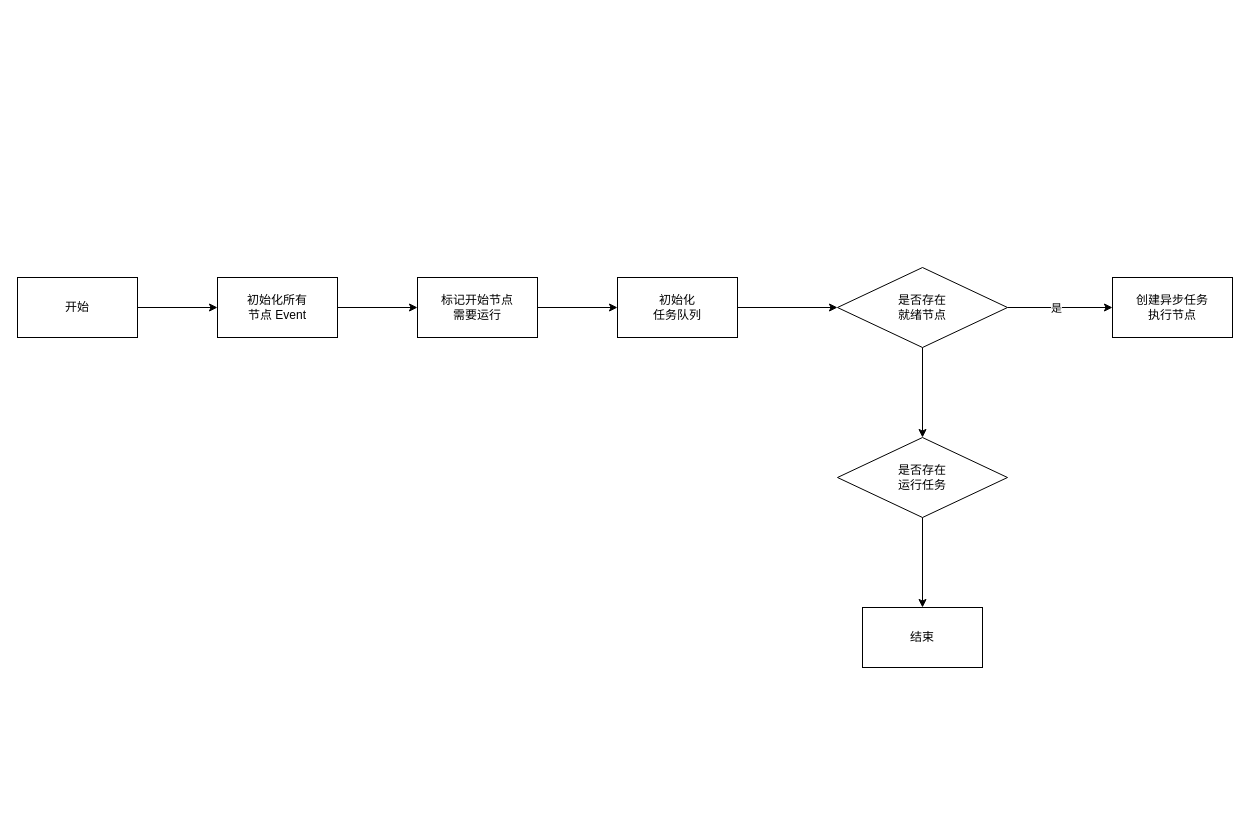
This is ED-BFS算法.drawio from huaxiaojilzg/workflow_draw, a draw.io file, before an edit. Source tidied: cells renumbered, new cells numbered last; positions are measured from the earlier drawing's top-left corner, leaving out a move shared by most shapes. Both pictures are drawn from the tidied source at 100%, with x=0, y=0 at pixel (17, 267).
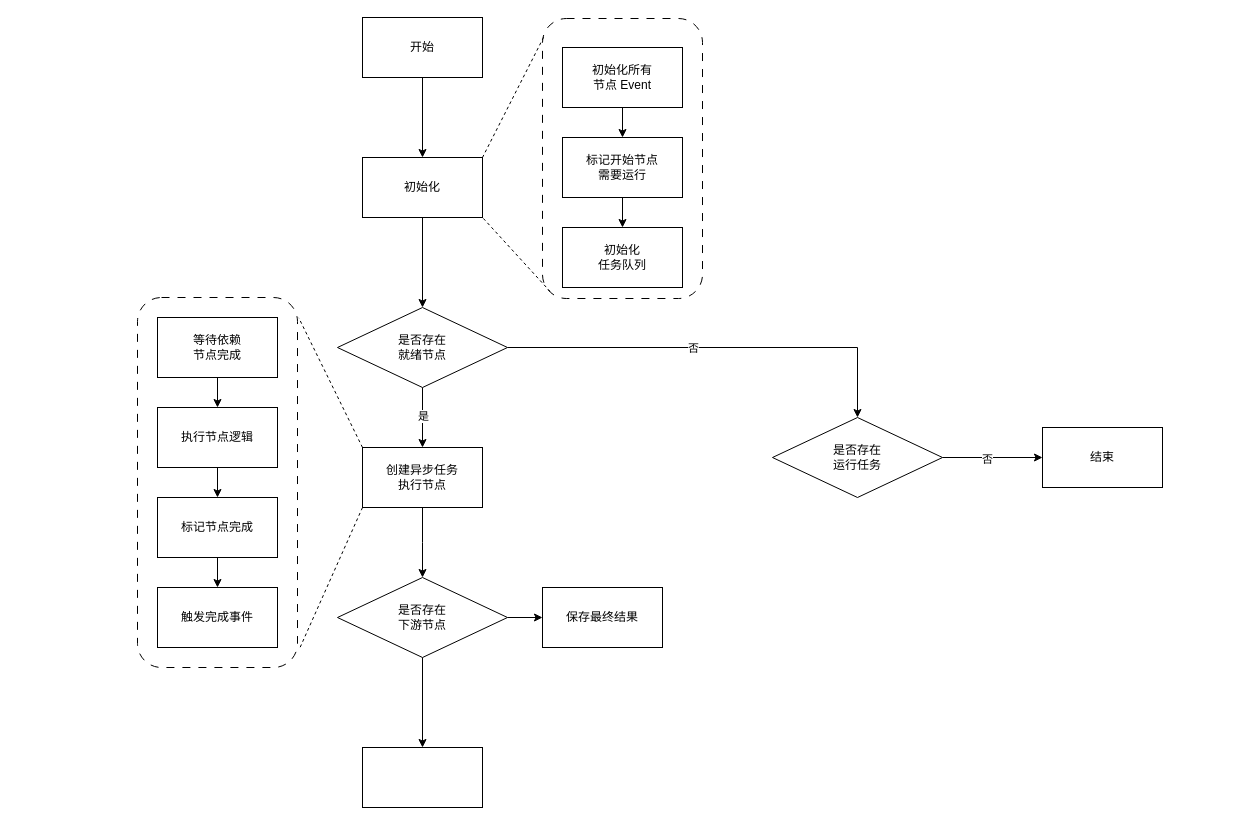
The same diagram, later.

Change to the diagram source:
```diff
@@
-    <mxCell id="2" style="edgeStyle=orthogonalEdgeStyle;rounded=0;jettySize=auto;html=1;" parent="1" edge="1" source="3" target="5">
-      <mxGeometry relative="1" as="geometry" />
-    </mxCell>
+    <mxCell id="18" style="edgeStyle=orthogonalEdgeStyle;rounded=0;jettySize=auto;html=1;" parent="1" edge="1" source="3" target="23">
+      <mxGeometry relative="1" as="geometry" />
+    </mxCell>
     <mxCell id="3" value="开始" style="rounded=0;whiteSpace=wrap;html=1;" parent="1" vertex="1">
-      <mxGeometry y="10" width="120" height="60" as="geometry" />
+      <mxGeometry x="345" y="-250" width="120" height="60" as="geometry" />
     </mxCell>
+    <mxCell id="10" style="edgeStyle=orthogonalEdgeStyle;rounded=0;jettySize=auto;html=1;" parent="1" edge="1" source="13" target="14">
+      <mxGeometry relative="1" as="geometry" />
+    </mxCell>
+    <mxCell id="11" value="是" style="edgeLabel;html=1;align=center;verticalAlign=middle;" parent="10" vertex="1">
+      <mxGeometry x="-0.08" relative="1" as="geometry" />
+    </mxCell>
+    <mxCell id="12" style="edgeStyle=orthogonalEdgeStyle;rounded=0;jettySize=auto;html=1;" parent="1" edge="1" source="13" target="16">
+      <mxGeometry relative="1" as="geometry" />
+    </mxCell>
+    <mxCell id="19" value="否" style="edgeLabel;html=1;align=center;verticalAlign=middle;" parent="12" vertex="1">
+      <mxGeometry x="-0.12" relative="1" as="geometry" />
+    </mxCell>
+    <mxCell id="13" value="是否存在&lt;div&gt;就绪节点&lt;/div&gt;" style="rhombus;whiteSpace=wrap;html=1;rounded=0;" parent="1" vertex="1">
+      <mxGeometry x="320" y="40" width="170" height="80" as="geometry" />
+    </mxCell>
+    <mxCell id="20" style="edgeStyle=orthogonalEdgeStyle;rounded=0;jettySize=auto;html=1;" parent="1" edge="1" source="14">
+      <mxGeometry relative="1" as="geometry">
+        <mxPoint x="405" y="310" as="targetPoint" />
+      </mxGeometry>
+    </mxCell>
+    <mxCell id="14" value="创建异步任务&lt;div&gt;执行节点&lt;/div&gt;" style="whiteSpace=wrap;html=1;rounded=0;" parent="1" vertex="1">
+      <mxGeometry x="345" y="180" width="120" height="60" as="geometry" />
+    </mxCell>
+    <mxCell id="15" style="edgeStyle=orthogonalEdgeStyle;rounded=0;jettySize=auto;html=1;" parent="1" edge="1" source="16" target="17">
+      <mxGeometry relative="1" as="geometry" />
+    </mxCell>
+    <mxCell id="21" value="否" style="edgeLabel;html=1;align=center;verticalAlign=middle;" parent="15" vertex="1">
+      <mxGeometry x="-0.12" y="-1" relative="1" as="geometry" />
+    </mxCell>
+    <mxCell id="16" value="是否存在&lt;div&gt;运行任务&lt;/div&gt;" style="rhombus;whiteSpace=wrap;html=1;rounded=0;" parent="1" vertex="1">
+      <mxGeometry x="755" y="150" width="170" height="80" as="geometry" />
+    </mxCell>
+    <mxCell id="17" value="结束" style="whiteSpace=wrap;html=1;rounded=0;" parent="1" vertex="1">
+      <mxGeometry x="1025" y="160" width="120" height="60" as="geometry" />
+    </mxCell>
+    <mxCell id="22" style="edgeStyle=orthogonalEdgeStyle;rounded=0;jettySize=auto;html=1;entryX=0.5;entryY=0;entryDx=0;entryDy=0;" parent="1" edge="1" source="23" target="13">
+      <mxGeometry relative="1" as="geometry" />
+    </mxCell>
+    <mxCell id="23" value="初始化" style="rounded=0;whiteSpace=wrap;html=1;" parent="1" vertex="1">
+      <mxGeometry x="345" y="-110" width="120" height="60" as="geometry" />
+    </mxCell>
+    <mxCell id="24" style="group;" parent="1" vertex="1">
+      <mxGeometry x="525" y="-240" width="160" height="280" as="geometry" />
+    </mxCell>
-    <mxCell id="4" style="edgeStyle=orthogonalEdgeStyle;rounded=0;jettySize=auto;html=1;" parent="1" edge="1" source="5" target="7">
+    <mxCell id="4" style="edgeStyle=orthogonalEdgeStyle;rounded=0;jettySize=auto;html=1;" parent="24" edge="1" source="5" target="7">
       <mxGeometry relative="1" as="geometry" />
     </mxCell>
-    <mxCell id="5" value="初始化所有&lt;div&gt;节点 Event&lt;/div&gt;" style="rounded=0;whiteSpace=wrap;html=1;" parent="1" vertex="1">
-      <mxGeometry x="200" y="10" width="120" height="60" as="geometry" />
+    <mxCell id="5" value="初始化所有&lt;div&gt;节点 Event&lt;/div&gt;" style="rounded=0;whiteSpace=wrap;html=1;" parent="24" vertex="1">
+      <mxGeometry x="20" y="20" width="120" height="60" as="geometry" />
     </mxCell>
-    <mxCell id="6" style="edgeStyle=orthogonalEdgeStyle;rounded=0;jettySize=auto;html=1;" parent="1" edge="1" source="7" target="9">
+    <mxCell id="6" style="edgeStyle=orthogonalEdgeStyle;rounded=0;jettySize=auto;html=1;" parent="24" edge="1" source="7" target="9">
       <mxGeometry relative="1" as="geometry" />
     </mxCell>
-    <mxCell id="7" value="标记开始节点&lt;div&gt;需要运行&lt;/div&gt;" style="rounded=0;whiteSpace=wrap;html=1;" parent="1" vertex="1">
-      <mxGeometry x="400" y="10" width="120" height="60" as="geometry" />
+    <mxCell id="7" value="标记开始节点&lt;div&gt;需要运行&lt;/div&gt;" style="rounded=0;whiteSpace=wrap;html=1;" parent="24" vertex="1">
+      <mxGeometry x="20" y="110" width="120" height="60" as="geometry" />
     </mxCell>
-    <mxCell id="8" style="edgeStyle=orthogonalEdgeStyle;rounded=0;jettySize=auto;html=1;" parent="1" edge="1" source="9" target="13">
-      <mxGeometry relative="1" as="geometry" />
-    </mxCell>
-    <mxCell id="9" value="初始化&lt;div&gt;任务队列&lt;/div&gt;" style="rounded=0;whiteSpace=wrap;html=1;" parent="1" vertex="1">
-      <mxGeometry x="600" y="10" width="120" height="60" as="geometry" />
+    <mxCell id="9" value="初始化&lt;div&gt;任务队列&lt;/div&gt;" style="rounded=0;whiteSpace=wrap;html=1;" parent="24" vertex="1">
+      <mxGeometry x="20" y="200" width="120" height="60" as="geometry" />
     </mxCell>
-    <mxCell id="10" style="edgeStyle=orthogonalEdgeStyle;rounded=0;jettySize=auto;html=1;" parent="1" edge="1" source="13" target="14">
-      <mxGeometry relative="1" as="geometry" />
-    </mxCell>
-    <mxCell id="11" value="是" style="edgeLabel;html=1;align=center;verticalAlign=middle;" parent="10" vertex="1">
-      <mxGeometry x="-0.08" relative="1" as="geometry" />
-    </mxCell>
-    <mxCell id="12" style="edgeStyle=orthogonalEdgeStyle;rounded=0;jettySize=auto;html=1;" parent="1" edge="1" source="13" target="16">
-      <mxGeometry relative="1" as="geometry" />
-    </mxCell>
-    <mxCell id="13" value="是否存在&lt;div&gt;就绪节点&lt;/div&gt;" style="rhombus;whiteSpace=wrap;html=1;rounded=0;" parent="1" vertex="1">
-      <mxGeometry x="820" width="170" height="80" as="geometry" />
-    </mxCell>
-    <mxCell id="14" value="创建异步任务&lt;div&gt;执行节点&lt;/div&gt;" style="whiteSpace=wrap;html=1;rounded=0;" parent="1" vertex="1">
-      <mxGeometry x="1095" y="10" width="120" height="60" as="geometry" />
-    </mxCell>
-    <mxCell id="15" style="edgeStyle=orthogonalEdgeStyle;rounded=0;jettySize=auto;html=1;" parent="1" edge="1" source="16" target="17">
-      <mxGeometry relative="1" as="geometry" />
-    </mxCell>
-    <mxCell id="16" value="是否存在&lt;div&gt;运行任务&lt;/div&gt;" style="rhombus;whiteSpace=wrap;html=1;rounded=0;" parent="1" vertex="1">
-      <mxGeometry x="820" y="170" width="170" height="80" as="geometry" />
-    </mxCell>
-    <mxCell id="17" value="结束" style="whiteSpace=wrap;html=1;rounded=0;" parent="1" vertex="1">
-      <mxGeometry x="845" y="340" width="120" height="60" as="geometry" />
-    </mxCell>
+    <mxCell id="25" style="rounded=1;whiteSpace=wrap;html=1;fillColor=none;dashed=1;dashPattern=8 8;" parent="24" vertex="1">
+      <mxGeometry y="-9" width="160" height="280" as="geometry" />
+    </mxCell>
+    <mxCell id="26" style="endArrow=none;dashed=1;html=1;rounded=0;entryX=1;entryY=1;entryDx=0;entryDy=0;exitX=0.048;exitY=0.975;exitDx=0;exitDy=0;exitPerimeter=0;" parent="1" edge="1" source="25" target="23">
+      <mxGeometry relative="1" as="geometry" />
+    </mxCell>
+    <mxCell id="27" style="endArrow=none;dashed=1;html=1;rounded=0;entryX=1;entryY=0;entryDx=0;entryDy=0;exitX=0.007;exitY=0.067;exitDx=0;exitDy=0;exitPerimeter=0;" parent="1" edge="1" source="25" target="23">
+      <mxGeometry relative="1" as="geometry" />
+    </mxCell>
+    <mxCell id="28" style="edgeStyle=orthogonalEdgeStyle;rounded=0;jettySize=auto;html=1;" parent="1" edge="1" source="39" target="42">
+      <mxGeometry relative="1" as="geometry" />
+    </mxCell>
+    <mxCell id="29" style="edgeStyle=orthogonalEdgeStyle;rounded=0;jettySize=auto;html=1;" parent="1" edge="1" source="39" target="43">
+      <mxGeometry relative="1" as="geometry" />
+    </mxCell>
+    <mxCell id="30" style="group;" parent="1" vertex="1">
+      <mxGeometry x="120" y="30" width="160" height="370" as="geometry" />
+    </mxCell>
+    <mxCell id="31" style="edgeStyle=orthogonalEdgeStyle;rounded=0;jettySize=auto;html=1;" parent="30" edge="1" source="32" target="34">
+      <mxGeometry relative="1" as="geometry" />
+    </mxCell>
+    <mxCell id="32" value="等待依赖&lt;div&gt;节点完成&lt;/div&gt;" style="rounded=0;whiteSpace=wrap;html=1;" parent="30" vertex="1">
+      <mxGeometry x="20" y="20" width="120" height="60" as="geometry" />
+    </mxCell>
+    <mxCell id="33" style="edgeStyle=orthogonalEdgeStyle;rounded=0;jettySize=auto;html=1;" parent="30" edge="1" source="34" target="36">
+      <mxGeometry relative="1" as="geometry" />
+    </mxCell>
+    <mxCell id="34" value="执行节点逻辑" style="rounded=0;whiteSpace=wrap;html=1;" parent="30" vertex="1">
+      <mxGeometry x="20" y="110" width="120" height="60" as="geometry" />
+    </mxCell>
+    <mxCell id="35" style="edgeStyle=orthogonalEdgeStyle;rounded=0;jettySize=auto;html=1;" parent="30" edge="1" source="36" target="38">
+      <mxGeometry relative="1" as="geometry" />
+    </mxCell>
+    <mxCell id="36" value="标记节点完成" style="rounded=0;whiteSpace=wrap;html=1;" parent="30" vertex="1">
+      <mxGeometry x="20" y="200" width="120" height="60" as="geometry" />
+    </mxCell>
+    <mxCell id="37" style="rounded=1;whiteSpace=wrap;html=1;fillColor=none;dashed=1;dashPattern=8 8;" parent="30" vertex="1">
+      <mxGeometry width="160" height="370" as="geometry" />
+    </mxCell>
+    <mxCell id="38" value="触发完成事件" style="whiteSpace=wrap;html=1;rounded=0;" parent="30" vertex="1">
+      <mxGeometry x="20" y="290" width="120" height="60" as="geometry" />
+    </mxCell>
+    <mxCell id="39" value="是否存在&lt;div&gt;下游节点&lt;/div&gt;" style="rhombus;whiteSpace=wrap;html=1;rounded=0;" parent="1" vertex="1">
+      <mxGeometry x="320" y="310" width="170" height="80" as="geometry" />
+    </mxCell>
+    <mxCell id="40" style="endArrow=none;dashed=1;html=1;rounded=0;entryX=1.008;entryY=0.055;entryDx=0;entryDy=0;exitX=0;exitY=0;exitDx=0;exitDy=0;entryPerimeter=0;" parent="1" edge="1" source="14" target="37">
+      <mxGeometry relative="1" as="geometry" />
+    </mxCell>
+    <mxCell id="41" style="endArrow=none;dashed=1;html=1;rounded=0;entryX=1.017;entryY=0.945;entryDx=0;entryDy=0;exitX=0;exitY=1;exitDx=0;exitDy=0;entryPerimeter=0;" parent="1" edge="1" source="14" target="37">
+      <mxGeometry relative="1" as="geometry" />
+    </mxCell>
+    <mxCell id="42" style="whiteSpace=wrap;html=1;rounded=0;" parent="1" vertex="1">
+      <mxGeometry x="345" y="480" width="120" height="60" as="geometry" />
+    </mxCell>
+    <mxCell id="43" value="保存最终结果" style="whiteSpace=wrap;html=1;rounded=0;" parent="1" vertex="1">
+      <mxGeometry x="525" y="320" width="120" height="60" as="geometry" />
+    </mxCell>
```
